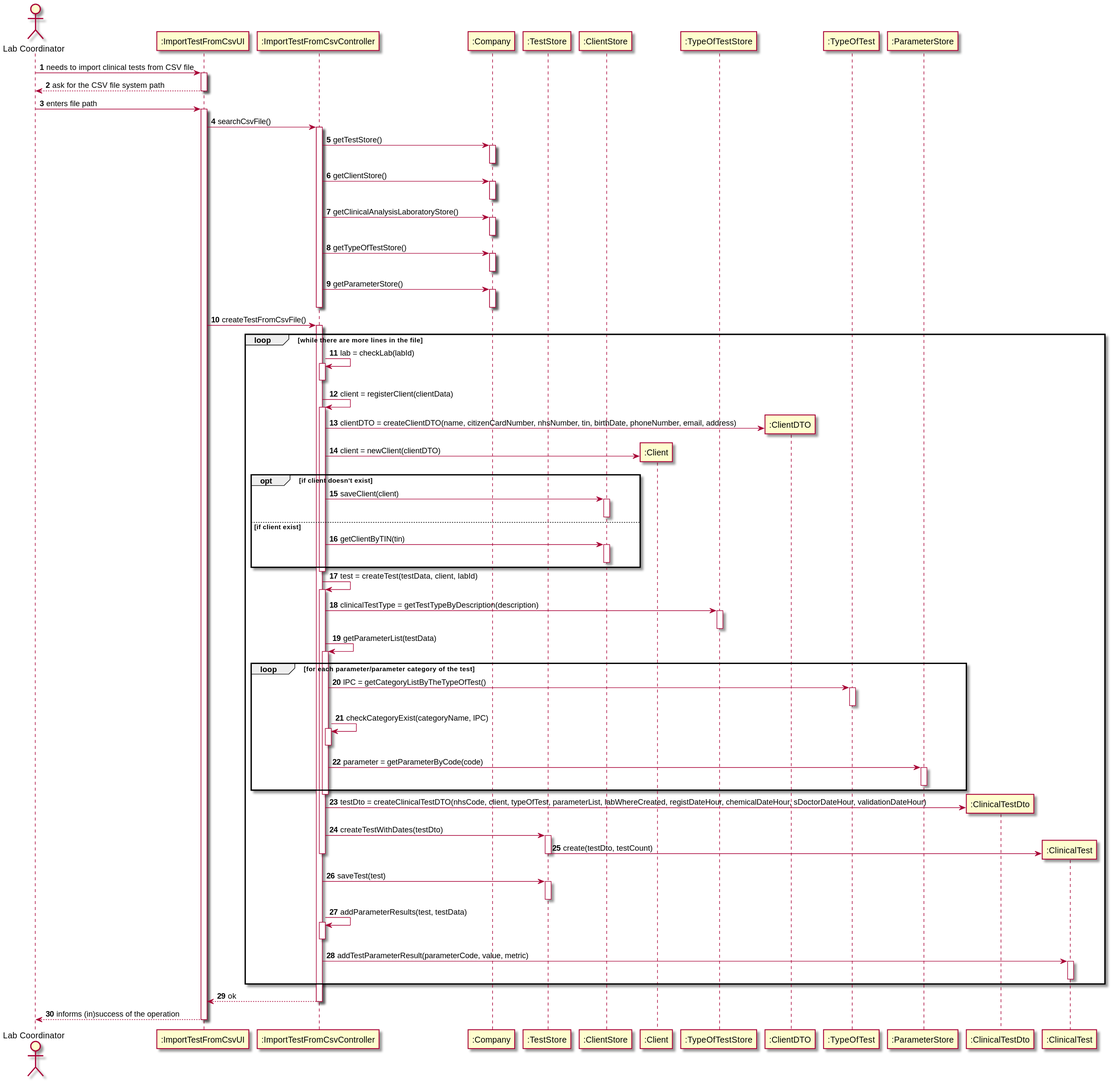
Before: docs/SprintD/US17/US17_SD.svg, a diagram exported from PlantUML (GuilhermeCunha79/lapr2). The source it was exported from:
```plantuml
@startuml

autonumber

actor "Lab Coordinator" as LC
participant ":ImportTestFromCsvUI" as UI
participant ":ImportTestFromCsvController" as CTRL
participant ":Company" as COMP
participant ":TestStore" as TS
participant ":ClientStore" as CS
participant ":Client" as C
participant ":TypeOfTestStore" as TTS
participant ":ClientDTO" as CDTO
participant ":TypeOfTest" as TT
participant ":ParameterStore" as PS
participant ":ClinicalTestDto" as TDTO
participant ":ClinicalTest" as CT




LC -> UI : needs to import clinical tests from CSV file
activate UI
UI --> LC : ask for the CSV file system path
deactivate UI
LC -> UI : enters file path
activate UI
UI -> CTRL : searchCsvFile()
activate CTRL
CTRL -> COMP : getTestStore()
activate COMP
deactivate COMP
CTRL -> COMP : getClientStore()
activate COMP
deactivate COMP
CTRL -> COMP : getClinicalAnalysisLaboratoryStore()
activate COMP
deactivate COMP
CTRL -> COMP : getTypeOfTestStore()
activate COMP
deactivate COMP
CTRL -> COMP : getParameterStore()
activate COMP
deactivate COMP
deactivate CTRL
UI -> CTRL : createTestFromCsvFile()
loop while there are more lines in the file
activate CTRL
CTRL -> CTRL : lab = checkLab(labId)
activate CTRL
deactivate CTRL
CTRL -> CTRL : client = registerClient(clientData)
activate CTRL
CTRL -> CDTO** : clientDTO = createClientDTO(name, citizenCardNumber, nhsNumber, tin, birthDate, phoneNumber, email, address)
CTRL -> C** : client = newClient(clientDTO)
opt if client doesn't exist
CTRL -> CS : saveClient(client)
activate CS
deactivate CS
else if client exist
CTRL -> CS : getClientByTIN(tin)
activate CS
deactivate CS
end opt
deactivate CTRL
CTRL -> CTRL : test = createTest(testData, client, labId)
activate CTRL
CTRL -> TTS : clinicalTestType = getTestTypeByDescription(description)
activate TTS
deactivate TTS
CTRL -> CTRL : getParameterList(testData)
activate CTRL
loop for each parameter/parameter category of the test
CTRL -> TT : lPC = getCategoryListByTheTypeOfTest()
activate TT
deactivate TT
CTRL -> CTRL : checkCategoryExist(categoryName, lPC)
activate CTRL
deactivate CTRL
CTRL -> PS : parameter = getParameterByCode(code)
activate PS
deactivate PS
end
deactivate CTRL
CTRL -> TDTO** : testDto = createClinicalTestDTO(nhsCode, client, typeOfTest, parameterList, labWhereCreated, registDateHour, chemicalDateHour, sDoctorDateHour, validationDateHour)
CTRL -> TS : createTestWithDates(testDto)
activate TS
TS -> CT** : create(testDto, testCount)
deactivate TS
deactivate CTRL
CTRL -> TS : saveTest(test)
activate TS
deactivate TS
CTRL -> CTRL : addParameterResults(test, testData)
activate CTRL
deactivate CTRL
CTRL -> CT : addTestParameterResult(parameterCode, value, metric)
activate CT
deactivate CT
end
CTRL --> UI : ok
deactivate CTRL

UI --> LC : informs (in)success of the operation
deactivate UI

@enduml
```
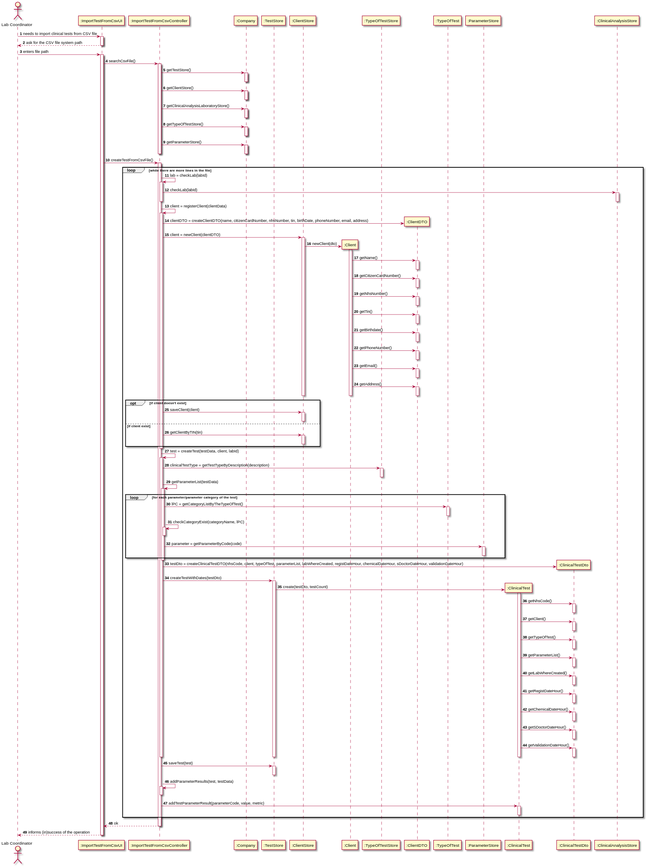
The same diagram one commit later.

The edit, as a diff of the source:
```diff
@@ -13,8 +13,9 @@
 participant ":ClientDTO" as CDTO
 participant ":TypeOfTest" as TT
 participant ":ParameterStore" as PS
+participant ":ClinicalTest" as CT
 participant ":ClinicalTestDto" as TDTO
-participant ":ClinicalTest" as CT
+participant ":ClinicalAnalysisStore" as LS
 
 
 
@@ -48,11 +49,43 @@
 activate CTRL
 CTRL -> CTRL : lab = checkLab(labId)
 activate CTRL
+CTRL -> LS : checkLab(labId)
+activate LS
+deactivate LS
 deactivate CTRL
 CTRL -> CTRL : client = registerClient(clientData)
 activate CTRL
 CTRL -> CDTO** : clientDTO = createClientDTO(name, citizenCardNumber, nhsNumber, tin, birthDate, phoneNumber, email, address)
-CTRL -> C** : client = newClient(clientDTO)
+CTRL -> CS : client = newClient(clientDTO)
+activate CS
+CS -> C** : newClient(dto)
+activate C
+C -> CDTO : getName()
+activate CDTO
+deactivate CDTO
+C -> CDTO : getCitizenCardNumber()
+activate CDTO
+deactivate CDTO
+C -> CDTO : getNhsNumber()
+activate CDTO
+deactivate CDTO
+C -> CDTO : getTin()
+activate CDTO
+deactivate CDTO
+C -> CDTO : getBirthdate()
+activate CDTO
+deactivate CDTO
+C -> CDTO : getPhoneNumber()
+activate CDTO
+deactivate CDTO
+C -> CDTO : getEmail()
+activate CDTO
+deactivate CDTO
+C -> CDTO : getAddress()
+activate CDTO
+deactivate CDTO
+deactivate C
+deactivate CS
 opt if client doesn't exist
 CTRL -> CS : saveClient(client)
 activate CS
@@ -86,6 +119,35 @@
 CTRL -> TS : createTestWithDates(testDto)
 activate TS
 TS -> CT** : create(testDto, testCount)
+activate CT
+CT -> TDTO : getNhsCode()
+activate TDTO
+deactivate TDTO
+CT -> TDTO : getClient()
+activate TDTO
+deactivate TDTO
+CT -> TDTO : getTypeOfTest()
+activate TDTO
+deactivate TDTO
+CT -> TDTO : getParameterList()
+activate TDTO
+deactivate TDTO
+CT -> TDTO : getLabWhereCreated()
+activate TDTO
+deactivate TDTO
+CT -> TDTO : getRegistDateHour()
+activate TDTO
+deactivate TDTO
+CT -> TDTO : getChemicalDateHour()
+activate TDTO
+deactivate TDTO
+CT -> TDTO : getSDoctorDateHour()
+activate TDTO
+deactivate TDTO
+CT -> TDTO : getValidationDateHour()
+activate TDTO
+deactivate TDTO
+deactivate CT
 deactivate TS
 deactivate CTRL
 CTRL -> TS : saveTest(test)
```
